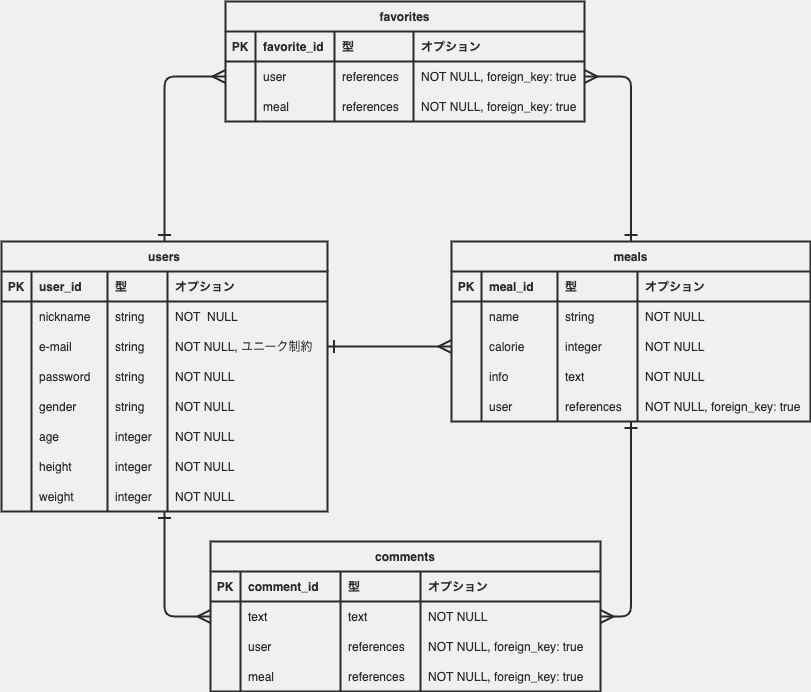
The draw.io diagram app/assets/images/meal_management_app_ER図.png in aktmmiri/meal_management_app, before a commit. Source tidied: cells renumbered, new cells last; positions are measured from the earlier drawing's top-left corner, leaving out a move shared by most shapes.
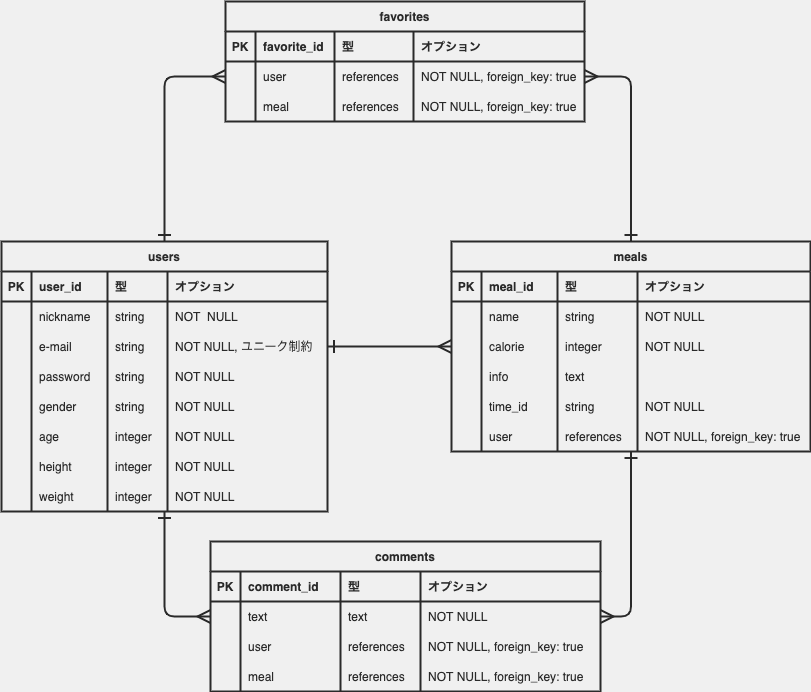
After the commit.

Change to the diagram source:
```diff
@@ -126,7 +126,7 @@
       <mxGeometry x="166" width="160" height="30" as="geometry" />
     </mxCell>
     <mxCell id="43" value="meals" style="shape=table;startSize=30;rowLines=0;fontStyle=1;align=center;fontColor=#2A2A2A;fillColor=none;strokeColor=#2A2A2A;strokeWidth=2;" parent="1" vertex="1">
-      <mxGeometry x="450" y="240" width="359" height="180" as="geometry" />
+      <mxGeometry x="450" y="240" width="359" height="210" as="geometry" />
     </mxCell>
     <mxCell id="44" style="shape=partialRectangle;top=0;left=0;bottom=1;right=0;fontColor=#2A2A2A;fillColor=none;strokeColor=#2A2A2A;strokeWidth=2;" parent="43" vertex="1">
       <mxGeometry y="30" width="359" height="30" as="geometry" />
@@ -185,11 +185,26 @@
     <mxCell id="62" value="text" style="shape=partialRectangle;top=0;left=0;bottom=0;right=0;align=left;spacingLeft=6;overflow=hidden;fontColor=#2A2A2A;fillColor=none;strokeColor=#2A2A2A;strokeWidth=2;" parent="59" vertex="1">
       <mxGeometry x="106" width="80" height="30" as="geometry" />
     </mxCell>
-    <mxCell id="63" value="NOT NULL" style="shape=partialRectangle;top=0;left=0;bottom=0;right=0;align=left;spacingLeft=6;overflow=hidden;fontColor=#2A2A2A;fillColor=none;strokeColor=#2A2A2A;strokeWidth=2;" parent="59" vertex="1">
+    <mxCell id="63" style="shape=partialRectangle;top=0;left=0;bottom=0;right=0;align=left;spacingLeft=6;overflow=hidden;fontColor=#2A2A2A;fillColor=none;strokeColor=#2A2A2A;strokeWidth=2;" parent="59" vertex="1">
       <mxGeometry x="186" width="173" height="30" as="geometry" />
     </mxCell>
+    <mxCell id="111" style="shape=partialRectangle;top=0;left=0;bottom=0;right=0;fontColor=#2A2A2A;fillColor=none;strokeColor=#2A2A2A;strokeWidth=2;" parent="43" vertex="1">
+      <mxGeometry y="150" width="359" height="30" as="geometry" />
+    </mxCell>
+    <mxCell id="112" style="shape=partialRectangle;top=0;left=0;bottom=0;right=0;overflow=hidden;fontColor=#2A2A2A;fillColor=none;strokeColor=#2A2A2A;strokeWidth=2;" parent="111" vertex="1">
+      <mxGeometry width="30" height="30" as="geometry" />
+    </mxCell>
+    <mxCell id="113" value="time_id" style="shape=partialRectangle;top=0;left=0;bottom=0;right=0;align=left;spacingLeft=6;overflow=hidden;fontColor=#2A2A2A;fillColor=none;strokeColor=#2A2A2A;strokeWidth=2;" parent="111" vertex="1">
+      <mxGeometry x="30" width="76" height="30" as="geometry" />
+    </mxCell>
+    <mxCell id="114" value="string" style="shape=partialRectangle;top=0;left=0;bottom=0;right=0;align=left;spacingLeft=6;overflow=hidden;fontColor=#2A2A2A;fillColor=none;strokeColor=#2A2A2A;strokeWidth=2;" parent="111" vertex="1">
+      <mxGeometry x="106" width="80" height="30" as="geometry" />
+    </mxCell>
+    <mxCell id="115" value="NOT NULL" style="shape=partialRectangle;top=0;left=0;bottom=0;right=0;align=left;spacingLeft=6;overflow=hidden;fontColor=#2A2A2A;fillColor=none;strokeColor=#2A2A2A;strokeWidth=2;" parent="111" vertex="1">
+      <mxGeometry x="186" width="173" height="30" as="geometry" />
+    </mxCell>
     <mxCell id="64" style="shape=partialRectangle;top=0;left=0;bottom=0;right=0;fontColor=#2A2A2A;fillColor=none;strokeColor=#2A2A2A;strokeWidth=2;" parent="43" vertex="1">
-      <mxGeometry y="150" width="359" height="30" as="geometry" />
+      <mxGeometry y="180" width="359" height="30" as="geometry" />
     </mxCell>
     <mxCell id="65" style="shape=partialRectangle;top=0;left=0;bottom=0;right=0;overflow=hidden;fontColor=#2A2A2A;fillColor=none;strokeColor=#2A2A2A;strokeWidth=2;" parent="64" vertex="1">
       <mxGeometry width="30" height="30" as="geometry" />
```
